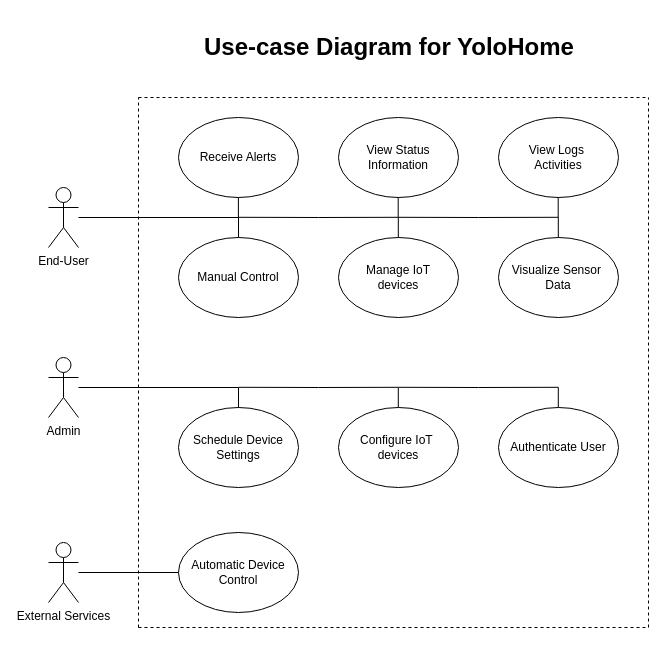
Before: Biểu đồ không có tiêu đề.drawio in ShunPeng1/Multi-Disciplinary-Project, a draw.io diagram. Source tidied: cells renumbered, new cells numbered last; positions are measured from the earlier drawing's top-left corner, leaving out a move shared by most shapes. Both pictures are drawn from the tidied source at 100%, with x=0, y=0 at pixel (48, 27).
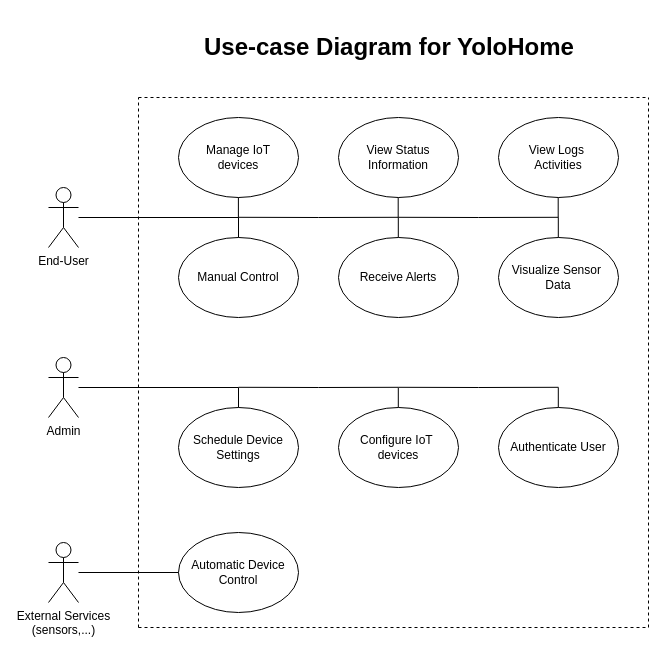
The same diagram, later.

Change to the diagram source:
```diff
@@
-    <mxCell id="4" value="External Services" style="shape=umlActor;verticalLabelPosition=bottom;verticalAlign=top;html=1;" parent="1" vertex="1">
+    <mxCell id="4" value="External Services&lt;div&gt;(sensors,...)&lt;/div&gt;" style="shape=umlActor;verticalLabelPosition=bottom;verticalAlign=top;html=1;" parent="1" vertex="1">
       <mxGeometry y="515" width="30" height="60" as="geometry" />
     </mxCell>
@@
     <mxCell id="6" value="Manage IoT&lt;div&gt;devices&lt;/div&gt;" style="ellipse;whiteSpace=wrap;html=1;" parent="1" vertex="1">
-      <mxGeometry x="290" y="210" width="120" height="80" as="geometry" />
+      <mxGeometry x="130" y="90" width="120" height="80" as="geometry" />
     </mxCell>
     <mxCell id="7" value="Receive Alerts" style="ellipse;whiteSpace=wrap;html=1;" parent="1" vertex="1">
-      <mxGeometry x="130" y="90" width="120" height="80" as="geometry" />
+      <mxGeometry x="290" y="210" width="120" height="80" as="geometry" />
     </mxCell>
```
